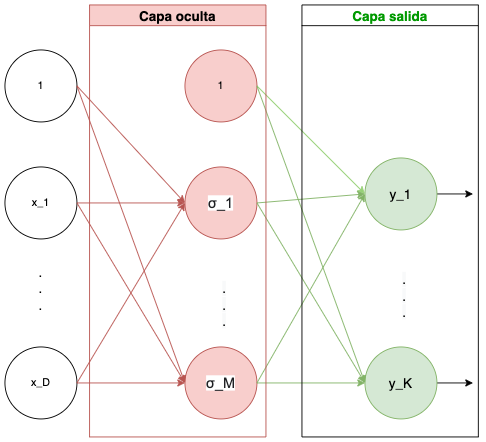
The draw.io diagram doc/img/introduccion_redes_neuronales/construccion_redes_neuronales/red-neuronal-simple-introducción.drawio.png in BlancaCC/TFG-Estudio-de-las-redes-neuronales, before a commit. Source tidied: cells renumbered, new cells last; positions are measured from the earlier drawing's top-left corner, leaving out a move shared by most shapes.
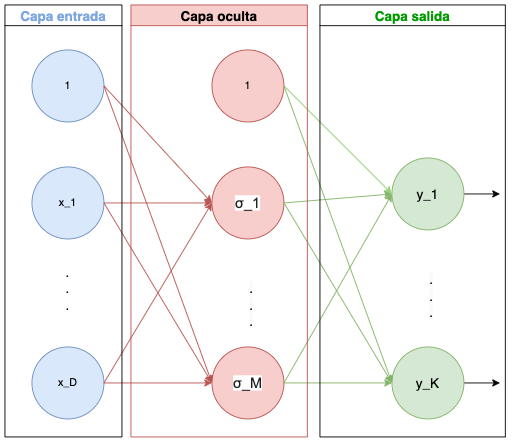
Later version of the same file.

Diff of the diagram source:
```diff
@@ -2,13 +2,13 @@
   <root>
     <mxCell id="0" />
     <mxCell id="1" parent="0" />
-    <mxCell id="2" value="1" style="ellipse;whiteSpace=wrap;html=1;" parent="1" vertex="1">
+    <mxCell id="2" value="1" style="ellipse;whiteSpace=wrap;html=1;fillColor=#dae8fc;strokeColor=#6c8ebf;" parent="1" vertex="1">
       <mxGeometry y="50" width="80" height="80" as="geometry" />
     </mxCell>
-    <mxCell id="3" value="x_1" style="ellipse;whiteSpace=wrap;html=1;" parent="1" vertex="1">
+    <mxCell id="3" value="x_1" style="ellipse;whiteSpace=wrap;html=1;fillColor=#dae8fc;strokeColor=#6c8ebf;" parent="1" vertex="1">
       <mxGeometry y="180" width="80" height="80" as="geometry" />
     </mxCell>
-    <mxCell id="4" value="x_D" style="ellipse;whiteSpace=wrap;html=1;" parent="1" vertex="1">
+    <mxCell id="4" value="x_D" style="ellipse;whiteSpace=wrap;html=1;fillColor=#dae8fc;strokeColor=#6c8ebf;" parent="1" vertex="1">
       <mxGeometry y="380" width="80" height="80" as="geometry" />
     </mxCell>
     <mxCell id="5" value=".&lt;br&gt;.&lt;br&gt;." style="text;html=1;strokeColor=none;fillColor=none;align=center;verticalAlign=middle;whiteSpace=wrap;rounded=0;fontSize=15;" parent="1" vertex="1">
@@ -93,10 +93,13 @@
       </mxGeometry>
     </mxCell>
     <mxCell id="27" value="Capa oculta" style="swimlane;fontSize=15;fillColor=#f8cecc;strokeColor=#b85450;" parent="1" vertex="1">
-      <mxGeometry x="94" width="196" height="480" as="geometry" />
+      <mxGeometry x="110" width="196" height="480" as="geometry" />
     </mxCell>
     <mxCell id="28" value="Capa salida" style="swimlane;fontSize=15;startSize=23;fontColor=#009900;" parent="1" vertex="1">
-      <mxGeometry x="330" width="196" height="480" as="geometry" />
+      <mxGeometry x="320" width="206" height="480" as="geometry" />
     </mxCell>
+    <mxCell id="29" value="Capa entrada" style="swimlane;fontSize=15;startSize=23;fontColor=#7EA6E0;" parent="1" vertex="1">
+      <mxGeometry x="-30" width="130" height="480" as="geometry" />
+    </mxCell>
   </root>
 </mxGraphModel>
```
